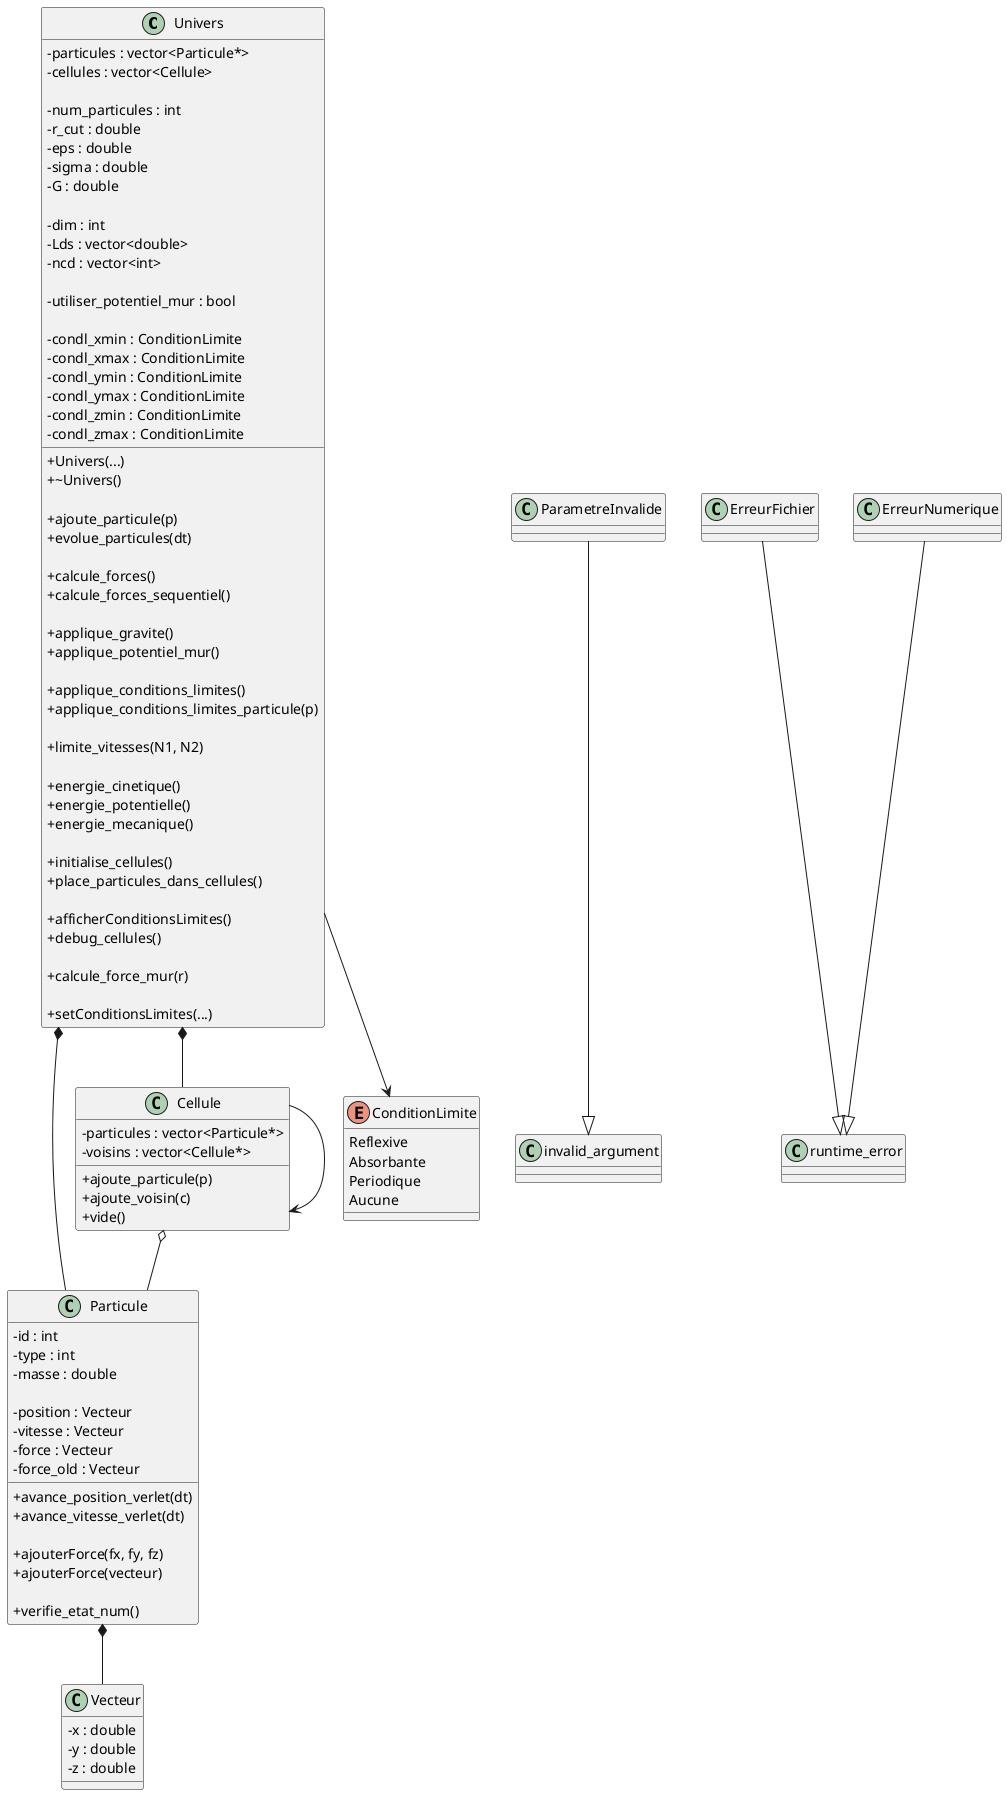
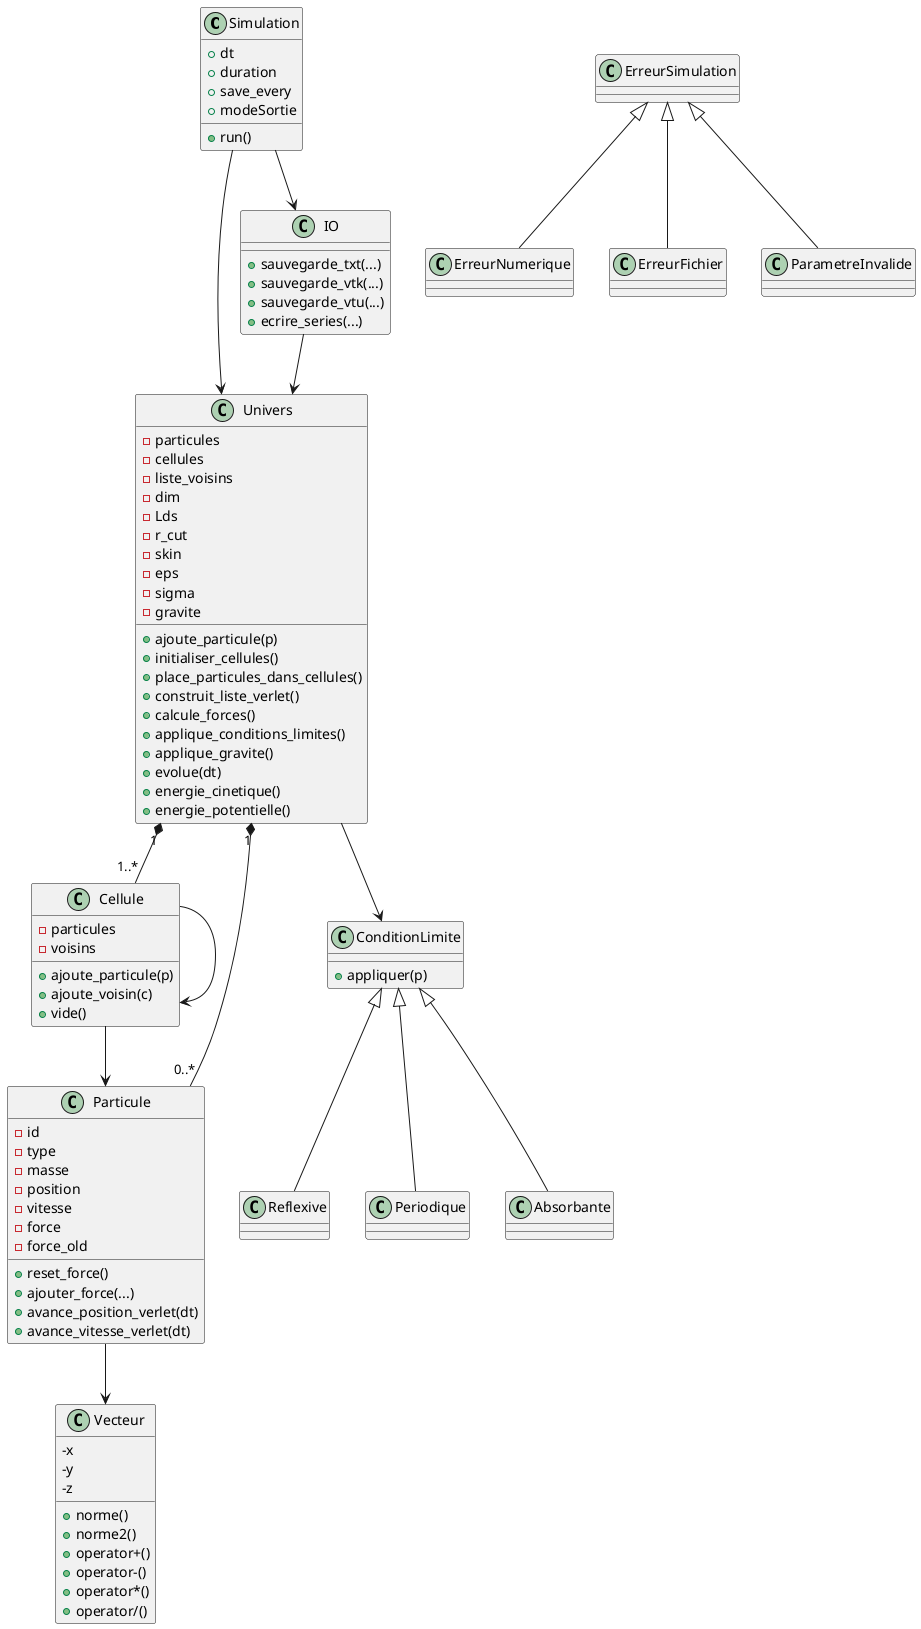
@startuml

- skinparam classAttributeIconSize 0
+ class Simulation {
+ +dt
+ +duration
+ +save_every
+ +modeSortie
+ +run()
+ }

class Univers {
-     - particules : vector<Particule*>
-     - cellules : vector<Cellule>
+ -particules
+ -cellules
+ -liste_voisins
+ -dim
+ -Lds
+ -r_cut
+ -skin
+ -eps
+ -sigma
+ -gravite
+ +ajoute_particule(p)
+ +initialiser_cellules()
+ +place_particules_dans_cellules()
+ +construit_liste_verlet()
+ +calcule_forces()
+ +applique_conditions_limites()
+ +applique_gravite()
+ +evolue(dt)
+ +energie_cinetique()
+ +energie_potentielle()
+ }

-     - num_particules : int
-     - r_cut : double
-     - eps : double
-     - sigma : double
-     - G : double
- 
-     - dim : int
-     - Lds : vector<double>
-     - ncd : vector<int>
- 
-     - utiliser_potentiel_mur : bool
- 
-     - condl_xmin : ConditionLimite
-     - condl_xmax : ConditionLimite
-     - condl_ymin : ConditionLimite
-     - condl_ymax : ConditionLimite
-     - condl_zmin : ConditionLimite
-     - condl_zmax : ConditionLimite
- 
-     + Univers(...)
-     + ~Univers()
- 
-     + ajoute_particule(p)
-     + evolue_particules(dt)
- 
-     + calcule_forces()
-     + calcule_forces_sequentiel()
- 
-     + applique_gravite()
-     + applique_potentiel_mur()
- 
-     + applique_conditions_limites()
-     + applique_conditions_limites_particule(p)
- 
-     + limite_vitesses(N1, N2)
- 
-     + energie_cinetique()
-     + energie_potentielle()
-     + energie_mecanique()
- 
-     + initialise_cellules()
-     + place_particules_dans_cellules()
- 
-     + afficherConditionsLimites()
-     + debug_cellules()
- 
-     + calcule_force_mur(r)
- 
-     + setConditionsLimites(...)
+ class Cellule {
+ -particules
+ -voisins
+ +ajoute_particule(p)
+ +ajoute_voisin(c)
+ +vide()
}

class Particule {
-     - id : int
-     - type : int
-     - masse : double
- 
-     - position : Vecteur
-     - vitesse : Vecteur
-     - force : Vecteur
-     - force_old : Vecteur
- 
-     + avance_position_verlet(dt)
-     + avance_vitesse_verlet(dt)
- 
-     + ajouterForce(fx, fy, fz)
-     + ajouterForce(vecteur)
- 
-     + verifie_etat_num()
+ -id
+ -type
+ -masse
+ -position
+ -vitesse
+ -force
+ -force_old
+ +reset_force()
+ +ajouter_force(...)
+ +avance_position_verlet(dt)
+ +avance_vitesse_verlet(dt)
}

class Vecteur {
-     - x : double
-     - y : double
-     - z : double
+ -x
+ -y
+ -z
+ +norme()
+ +norme2()
+ +operator+()
+ +operator-()
+ +operator*()
+ +operator/()
}

- class Cellule {
-     - particules : vector<Particule*>
-     - voisins : vector<Cellule*>
- 
-     + ajoute_particule(p)
-     + ajoute_voisin(c)
-     + vide()
+ class IO {
+ +sauvegarde_txt(...)
+ +sauvegarde_vtk(...)
+ +sauvegarde_vtu(...)
+ +ecrire_series(...)
}

- enum ConditionLimite {
-     Reflexive
-     Absorbante
-     Periodique
-     Aucune
+ class ConditionLimite {
+ +appliquer(p)
}

+ class Reflexive
+ class Periodique
+ class Absorbante
+ 
+ class ErreurSimulation
+ class ErreurNumerique
+ class ErreurFichier
class ParametreInvalide
- class ErreurFichier
- class ErreurNumerique

- ParametreInvalide --|> invalid_argument
- ErreurFichier --|> runtime_error
- ErreurNumerique --|> runtime_error
+ Simulation --> Univers
+ Simulation --> IO

- Univers *-- Particule
- Univers *-- Cellule
- Particule *-- Vecteur
+ Univers "1" *-- "0..*" Particule
+ Univers "1" *-- "1..*" Cellule
+ 
Univers --> ConditionLimite
+ ConditionLimite <|-- Reflexive
+ ConditionLimite <|-- Periodique
+ ConditionLimite <|-- Absorbante

- Cellule o-- Particule
+ Cellule --> Particule
Cellule --> Cellule

+ Particule --> Vecteur
+ 
+ IO --> Univers
+ 
+ ErreurSimulation <|-- ErreurNumerique
+ ErreurSimulation <|-- ErreurFichier
+ ErreurSimulation <|-- ParametreInvalide
+ 
@enduml